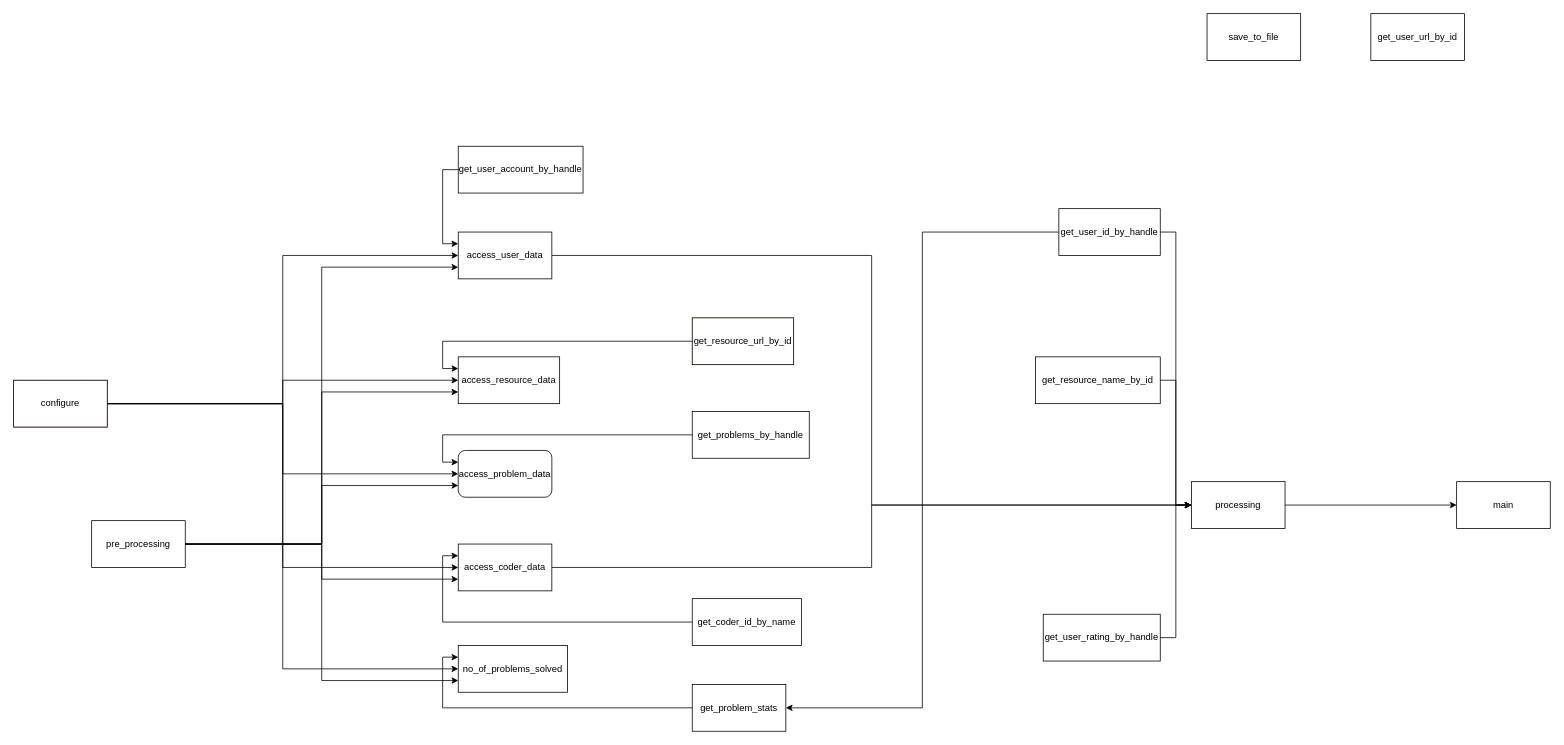
The draw.io diagram clist.drawio in ABarpanda/Next-Problem-API, before the edit. Source tidied: cells renumbered, new cells numbered last; positions are measured from the earlier drawing's top-left corner, leaving out a move shared by most shapes. Both pictures are drawn from the tidied source at 78%, with x=0, y=0 at pixel (13, 13).
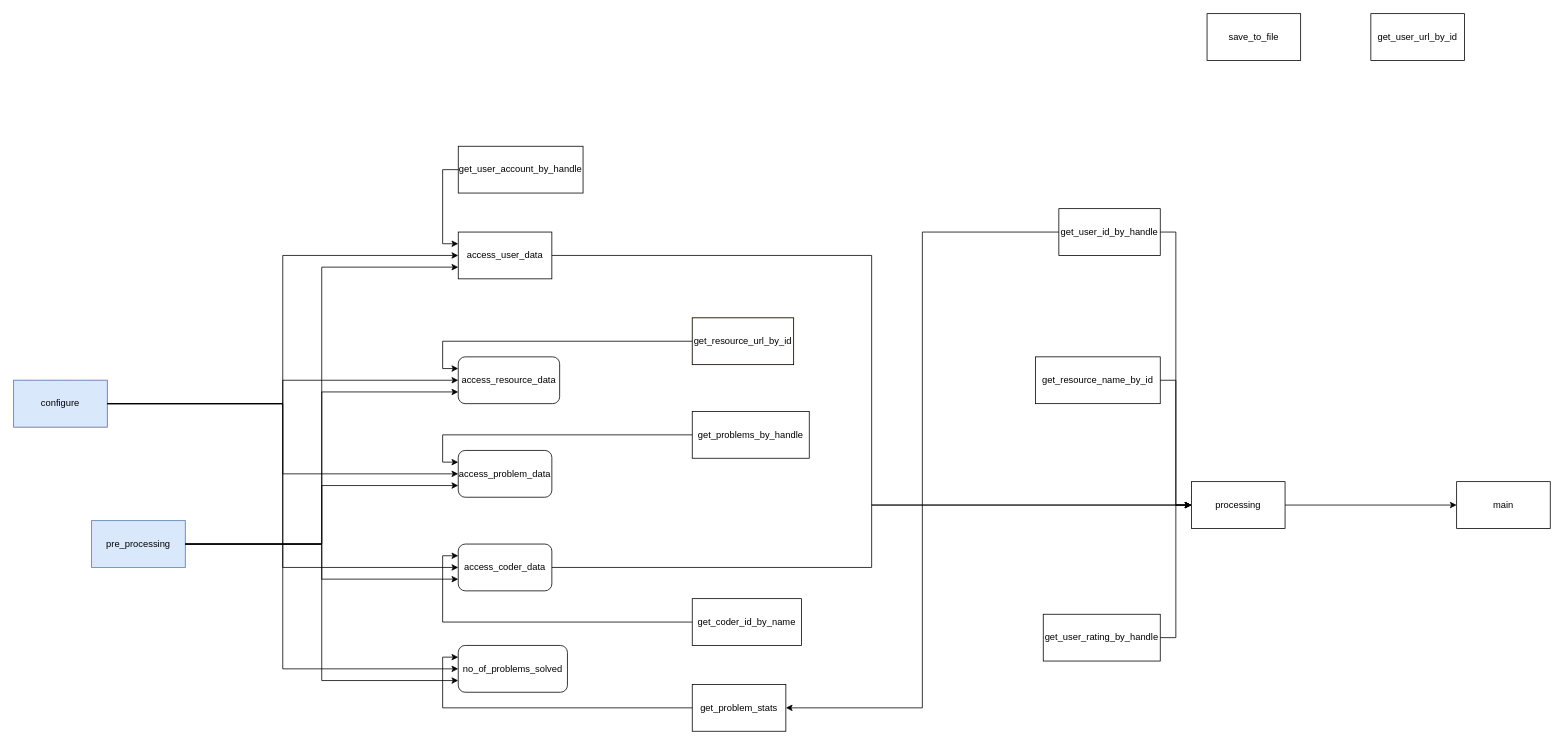
After the change.

Unchanged cells that the change refers to:
```xml
<mxCell id="26" style="group;fillColor=#ff0000;strokeColor=#b85450;fillStyle=hatch;gradientColor=none;" parent="1" vertex="1">
  <mxGeometry y="470" width="120" height="60" as="geometry" />
</mxCell>
<mxCell id="38" style="group;" parent="1" vertex="1">
  <mxGeometry x="570" y="440" width="130" height="60" as="geometry" />
</mxCell>
```

Diff of the diagram source:
```diff
@@
-    <mxCell id="23" style="group;" parent="1" vertex="1">
+    <mxCell id="23" style="group;rounded=0;" parent="1" vertex="1">
       <mxGeometry x="870" y="750" width="140" height="60" as="geometry" />
     </mxCell>
@@
-    <mxCell id="27" style="rounded=0;whiteSpace=wrap;html=1;" parent="26" vertex="1">
+    <mxCell id="27" style="rounded=0;whiteSpace=wrap;html=1;fillColor=#dae8fc;strokeColor=#6c8ebf;" parent="26" vertex="1">
       <mxGeometry width="120" height="60" as="geometry" />
     </mxCell>
@@
-    <mxCell id="39" style="rounded=0;whiteSpace=wrap;html=1;" parent="38" vertex="1">
+    <mxCell id="39" style="rounded=1;whiteSpace=wrap;html=1;" parent="38" vertex="1">
       <mxGeometry width="130" height="60" as="geometry" />
     </mxCell>
@@
-    <mxCell id="44" style="group;" parent="1" vertex="1">
+    <mxCell id="44" style="group;rounded=0;" parent="1" vertex="1">
       <mxGeometry x="570" y="680" width="120" height="60" as="geometry" />
     </mxCell>
-    <mxCell id="45" style="rounded=0;whiteSpace=wrap;html=1;" parent="44" vertex="1">
+    <mxCell id="45" style="rounded=1;whiteSpace=wrap;html=1;" parent="44" vertex="1">
       <mxGeometry width="120" height="60" as="geometry" />
     </mxCell>
@@
-    <mxCell id="51" style="group;" parent="1" vertex="1">
+    <mxCell id="51" style="group;fillColor=#dae8fc;strokeColor=#6c8ebf;" parent="1" vertex="1">
       <mxGeometry x="100" y="650" width="120" height="60" as="geometry" />
     </mxCell>
-    <mxCell id="52" style="rounded=0;whiteSpace=wrap;html=1;" parent="51" vertex="1">
+    <mxCell id="52" style="rounded=0;whiteSpace=wrap;html=1;fillColor=#dae8fc;strokeColor=#6c8ebf;" parent="51" vertex="1">
       <mxGeometry width="120" height="60" as="geometry" />
     </mxCell>
@@
-    <mxCell id="55" style="group;" parent="1" vertex="1">
+    <mxCell id="55" style="group;rounded=0;" parent="1" vertex="1">
       <mxGeometry x="570" y="810" width="140" height="60" as="geometry" />
     </mxCell>
-    <mxCell id="56" style="rounded=0;whiteSpace=wrap;html=1;" parent="55" vertex="1">
+    <mxCell id="56" style="rounded=1;whiteSpace=wrap;html=1;" parent="55" vertex="1">
       <mxGeometry width="140" height="60" as="geometry" />
     </mxCell>
```
